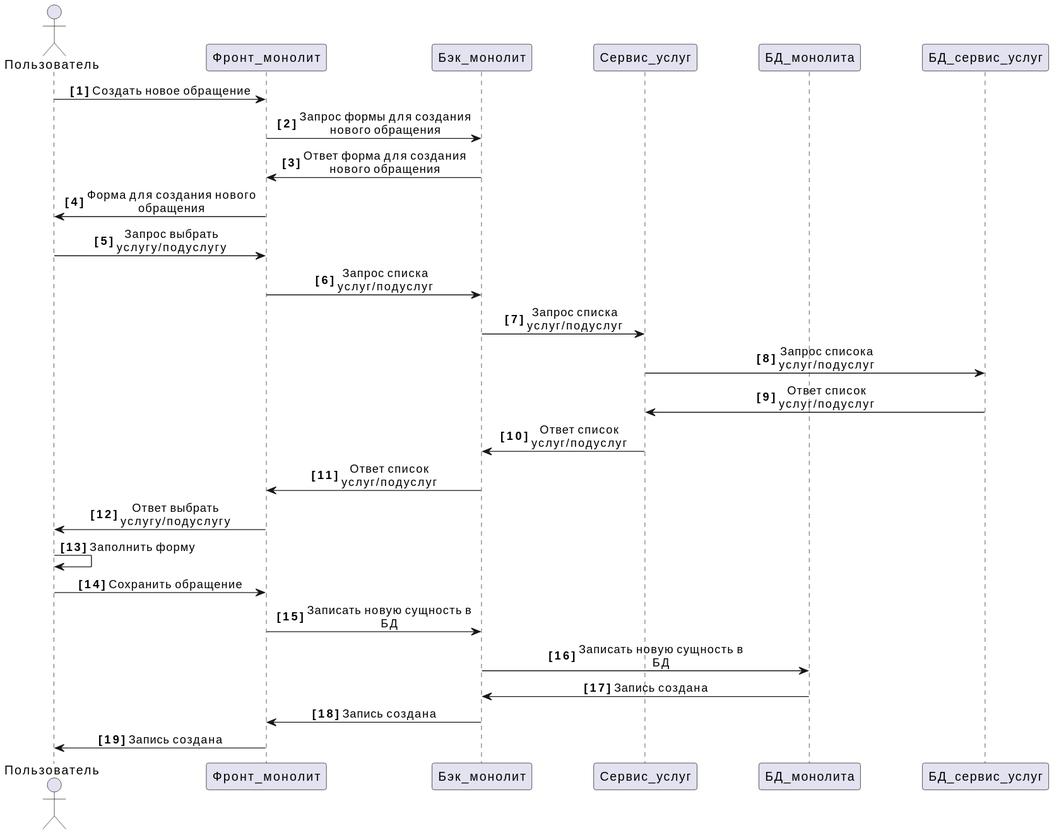
Before: diagrams/out/create_task.svg, a diagram exported from PlantUML (sonorame/docs_kcr).
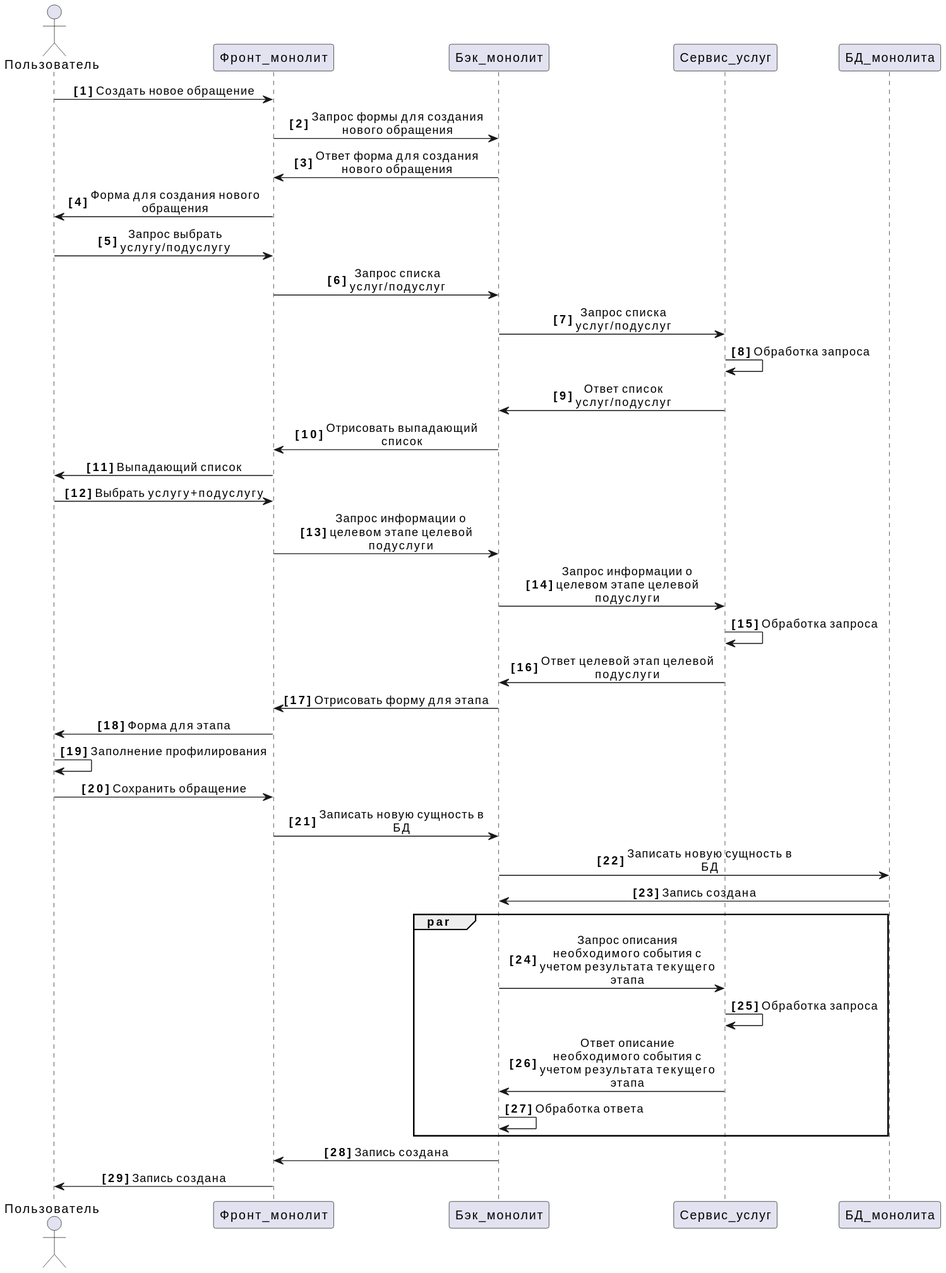
The same file after the commit.

Diff of the diagram source:
```diff
@@ -13,7 +13,6 @@
 participant Бэк_монолит
 participant Сервис_услуг
 participant БД_монолита
-participant БД_сервис_услуг
 
 Пользователь -> Фронт_монолит: Создать новое обращение
 Фронт_монолит -> Бэк_монолит: Запрос формы для создания нового обращения
@@ -22,16 +21,31 @@
 Пользователь  -> Фронт_монолит: Запрос выбрать услугу/подуслугу
 Фронт_монолит -> Бэк_монолит: Запрос списка услуг/подуслуг
 Бэк_монолит -> Сервис_услуг: Запрос списка услуг/подуслуг
-Сервис_услуг -> БД_сервис_услуг: Запрос списока услуг/подуслуг
-БД_сервис_услуг -> Сервис_услуг: Ответ список услуг/подуслуг
+Сервис_услуг -> Сервис_услуг: Обработка запроса
 Сервис_услуг -> Бэк_монолит: Ответ список услуг/подуслуг
-Бэк_монолит -> Фронт_монолит: Ответ список услуг/подуслуг
-Фронт_монолит -> Пользователь: Ответ выбрать услугу/подуслугу
-Пользователь -> Пользователь: Заполнить форму
+Бэк_монолит -> Фронт_монолит: Отрисовать выпадающий список
+Фронт_монолит -> Пользователь: Выпадающий список
+Пользователь -> Фронт_монолит: Выбрать услугу+подуслугу
+Фронт_монолит -> Бэк_монолит: Запрос информации о целевом этапе целевой подуслуги
+Бэк_монолит -> Сервис_услуг: Запрос информации о целевом этапе целевой подуслуги
+Сервис_услуг -> Сервис_услуг: Обработка запроса
+Сервис_услуг -> Бэк_монолит: Ответ целевой этап целевой подуслуги
+Бэк_монолит -> Фронт_монолит: Отрисовать форму для этапа
+Фронт_монолит -> Пользователь: Форма для этапа
+Пользователь -> Пользователь: Заполнение профилирования
+
 Пользователь -> Фронт_монолит: Сохранить обращение
 Фронт_монолит -> Бэк_монолит: Записать новую сущность в БД
 Бэк_монолит -> БД_монолита: Записать новую сущность в БД
 БД_монолита -> Бэк_монолит: Запись создана
+
+par
+Бэк_монолит -> Сервис_услуг: Запрос описания необходимого события с учетом результата текущего этапа
+Сервис_услуг -> Сервис_услуг: Обработка запроса
+Сервис_услуг -> Бэк_монолит: Ответ описание необходимого события с учетом результата текущего этапа
+Бэк_монолит -> Бэк_монолит: Обработка ответа
+end par
+
 Бэк_монолит -> Фронт_монолит: Запись создана
 Фронт_монолит -> Пользователь: Запись создана
 @enduml
```
